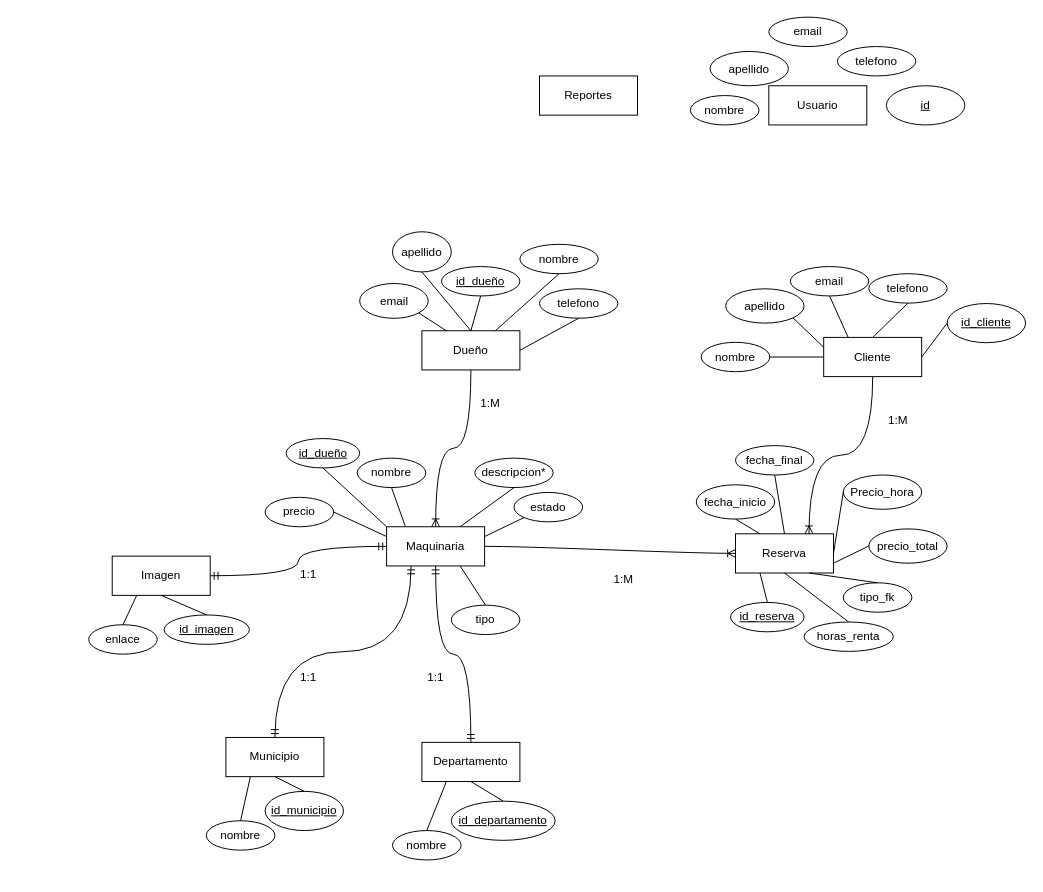
Before: Borrador DiagramaER.drawio in JeanPicado/RepositorioPandas, a draw.io diagram. Source tidied: cells renumbered, new cells numbered last; positions are measured from the earlier drawing's top-left corner, leaving out a move shared by most shapes. Both pictures are drawn from the tidied source at 98%, with x=0, y=0 at pixel (88, 17).
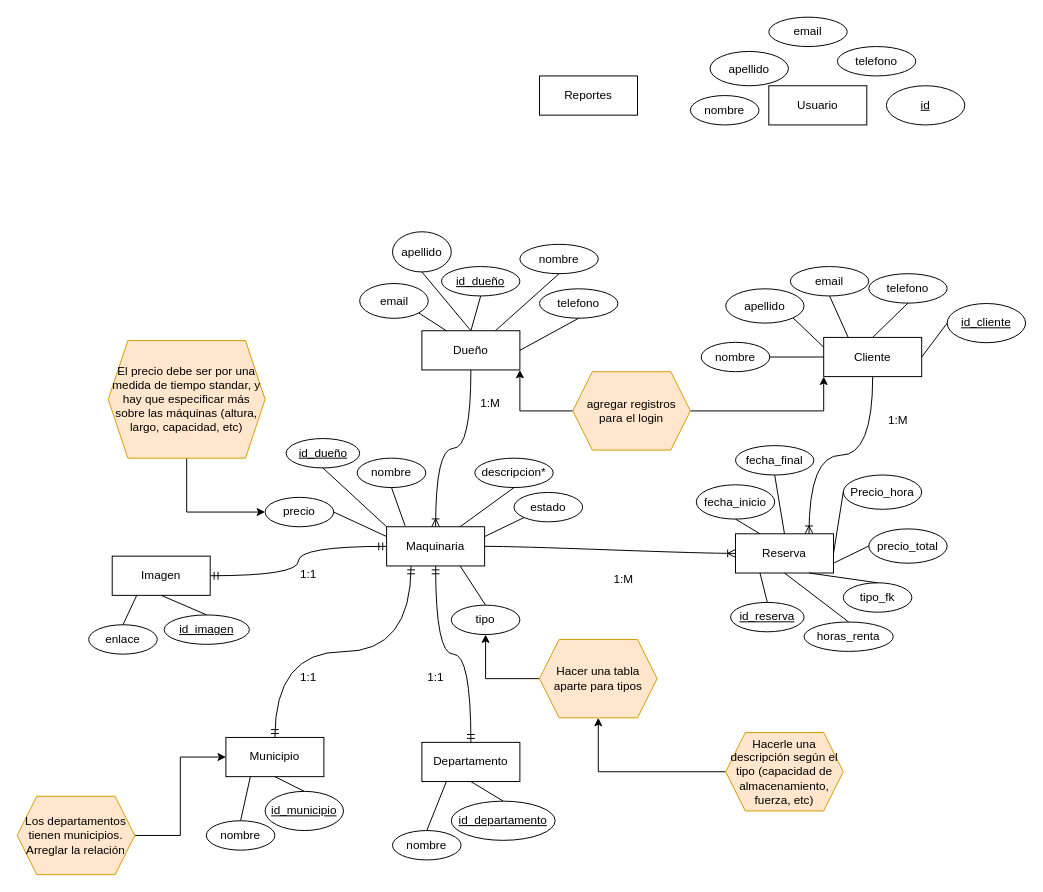
The same page after the edit.

Commit message:
Agregué observaciones para trabajarlas más tarde

The change refers to these unchanged cells:
```xml
<mxCell id="2" value="Dueño" style="whiteSpace=wrap;html=1;align=center;" parent="1" vertex="1">
  <mxGeometry x="340" y="320" width="100" height="40" as="geometry" />
</mxCell>
<mxCell id="3" value="Cliente" style="whiteSpace=wrap;html=1;align=center;" parent="1" vertex="1">
  <mxGeometry x="750" y="326.8" width="100" height="40" as="geometry" />
</mxCell>
<mxCell id="5" value="Municipio" style="whiteSpace=wrap;html=1;align=center;" parent="1" vertex="1">
  <mxGeometry x="140" y="735" width="100" height="40" as="geometry" />
</mxCell>
<mxCell id="27" value="precio" style="ellipse;whiteSpace=wrap;html=1;align=center;" parent="1" vertex="1">
  <mxGeometry x="180" y="490" width="70" height="30" as="geometry" />
</mxCell>
<mxCell id="30" value="tipo" style="ellipse;whiteSpace=wrap;html=1;align=center;" parent="1" vertex="1">
  <mxGeometry x="370" y="600" width="70" height="30" as="geometry" />
</mxCell>
```

The edit, as a diff of the source:
```diff
@@
+    <mxCell id="87" style="edgeStyle=orthogonalEdgeStyle;rounded=0;jettySize=auto;html=1;entryX=0;entryY=0.5;entryDx=0;entryDy=0;" parent="1" edge="1" source="88" target="5">
+      <mxGeometry relative="1" as="geometry" />
+    </mxCell>
+    <mxCell id="88" value="Los departamentos tienen municipios. Arreglar la relación" style="shape=hexagon;perimeter=hexagonPerimeter2;whiteSpace=wrap;html=1;fixedSize=1;fillColor=#ffe6cc;strokeColor=#d79b00;" parent="1" vertex="1">
+      <mxGeometry x="-73" y="795" width="120" height="80" as="geometry" />
+    </mxCell>
+    <mxCell id="89" style="edgeStyle=orthogonalEdgeStyle;rounded=0;jettySize=auto;html=1;entryX=0.5;entryY=1;entryDx=0;entryDy=0;" parent="1" edge="1" source="90" target="30">
+      <mxGeometry relative="1" as="geometry" />
+    </mxCell>
+    <mxCell id="90" value="Hacer una tabla aparte para tipos" style="shape=hexagon;perimeter=hexagonPerimeter2;whiteSpace=wrap;html=1;fixedSize=1;fillColor=#ffe6cc;strokeColor=#d79b00;" parent="1" vertex="1">
+      <mxGeometry x="460" y="635" width="120" height="80" as="geometry" />
+    </mxCell>
+    <mxCell id="91" style="edgeStyle=orthogonalEdgeStyle;rounded=0;jettySize=auto;html=1;entryX=0;entryY=0.5;entryDx=0;entryDy=0;" parent="1" edge="1" source="92" target="27">
+      <mxGeometry relative="1" as="geometry" />
+    </mxCell>
+    <mxCell id="92" value="El precio debe ser por una medida de tiempo standar, y hay que especificar más sobre las máquinas (altura, largo, capacidad, etc)" style="shape=hexagon;perimeter=hexagonPerimeter2;whiteSpace=wrap;html=1;fixedSize=1;fillColor=#ffe6cc;strokeColor=#d79b00;" parent="1" vertex="1">
+      <mxGeometry x="20" y="330" width="160" height="120" as="geometry" />
+    </mxCell>
+    <mxCell id="93" style="edgeStyle=orthogonalEdgeStyle;rounded=0;jettySize=auto;html=1;entryX=0.5;entryY=1;entryDx=0;entryDy=0;" parent="1" edge="1" source="94" target="90">
+      <mxGeometry relative="1" as="geometry" />
+    </mxCell>
+    <mxCell id="94" value="Hacerle una descripción según el tipo (capacidad de almacenamiento, fuerza, etc)" style="shape=hexagon;perimeter=hexagonPerimeter2;whiteSpace=wrap;html=1;fixedSize=1;fillColor=#ffe6cc;strokeColor=#d79b00;" parent="1" vertex="1">
+      <mxGeometry x="650" y="730" width="120" height="80" as="geometry" />
+    </mxCell>
+    <mxCell id="95" style="edgeStyle=orthogonalEdgeStyle;rounded=0;jettySize=auto;html=1;entryX=1;entryY=1;entryDx=0;entryDy=0;" parent="1" edge="1" source="97" target="2">
+      <mxGeometry relative="1" as="geometry" />
+    </mxCell>
+    <mxCell id="96" style="edgeStyle=orthogonalEdgeStyle;rounded=0;jettySize=auto;html=1;entryX=0;entryY=1;entryDx=0;entryDy=0;" parent="1" edge="1" source="97" target="3">
+      <mxGeometry relative="1" as="geometry" />
+    </mxCell>
+    <mxCell id="97" value="agregar registros para el login" style="shape=hexagon;perimeter=hexagonPerimeter2;whiteSpace=wrap;html=1;fixedSize=1;fillColor=#ffe6cc;strokeColor=#d79b00;" parent="1" vertex="1">
+      <mxGeometry x="494" y="361.8" width="120" height="80" as="geometry" />
+    </mxCell>
```
